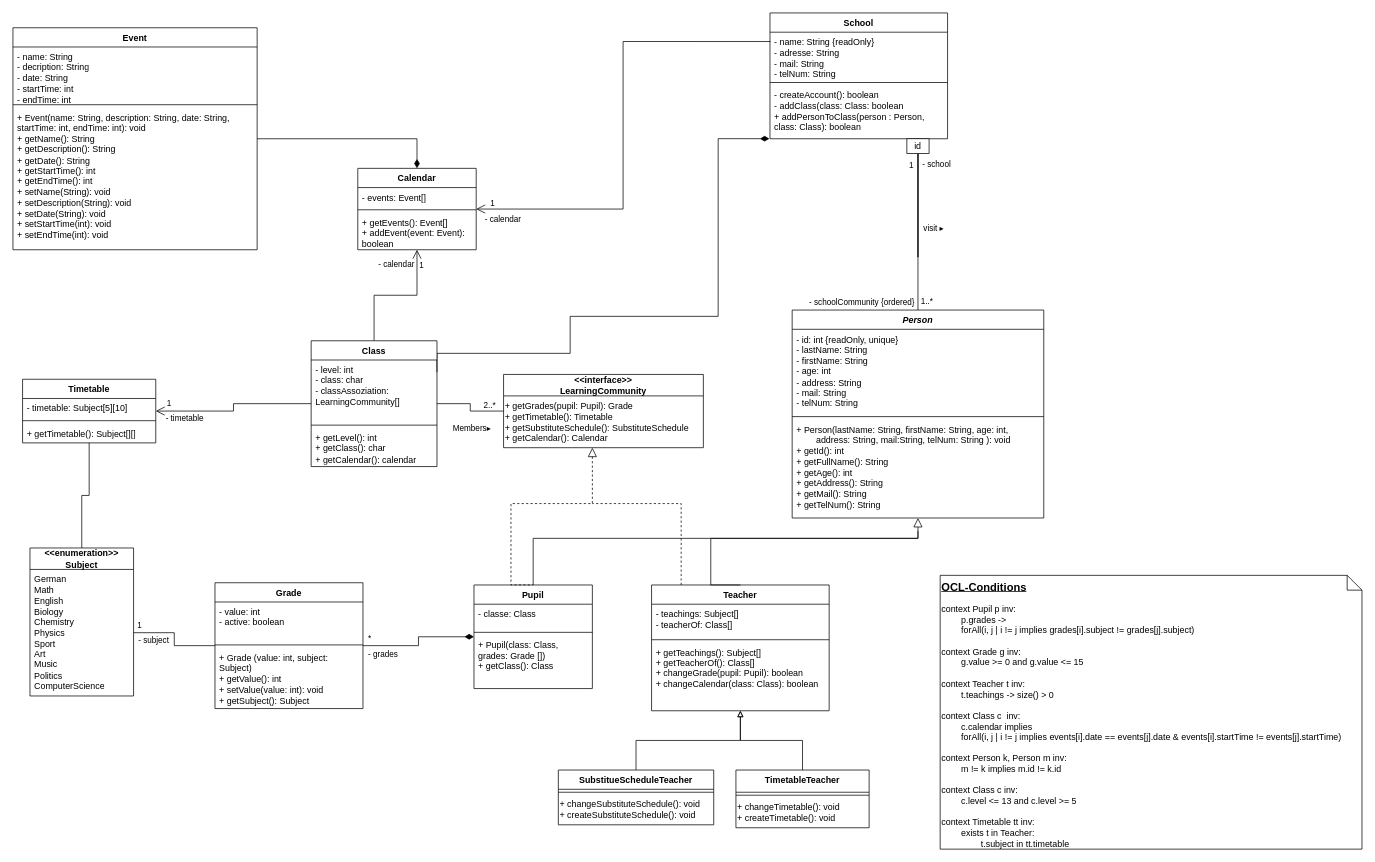
Earlier version of the draw.io diagram ClassDiagram.drawio (TrainFan1804/SchulverwaltungUML). Source tidied: cells renumbered, new cells numbered last; positions are measured from the earlier drawing's top-left corner, leaving out a move shared by most shapes. Both pictures are drawn from the tidied source at 74%, with x=0, y=0 at pixel (13, 13).
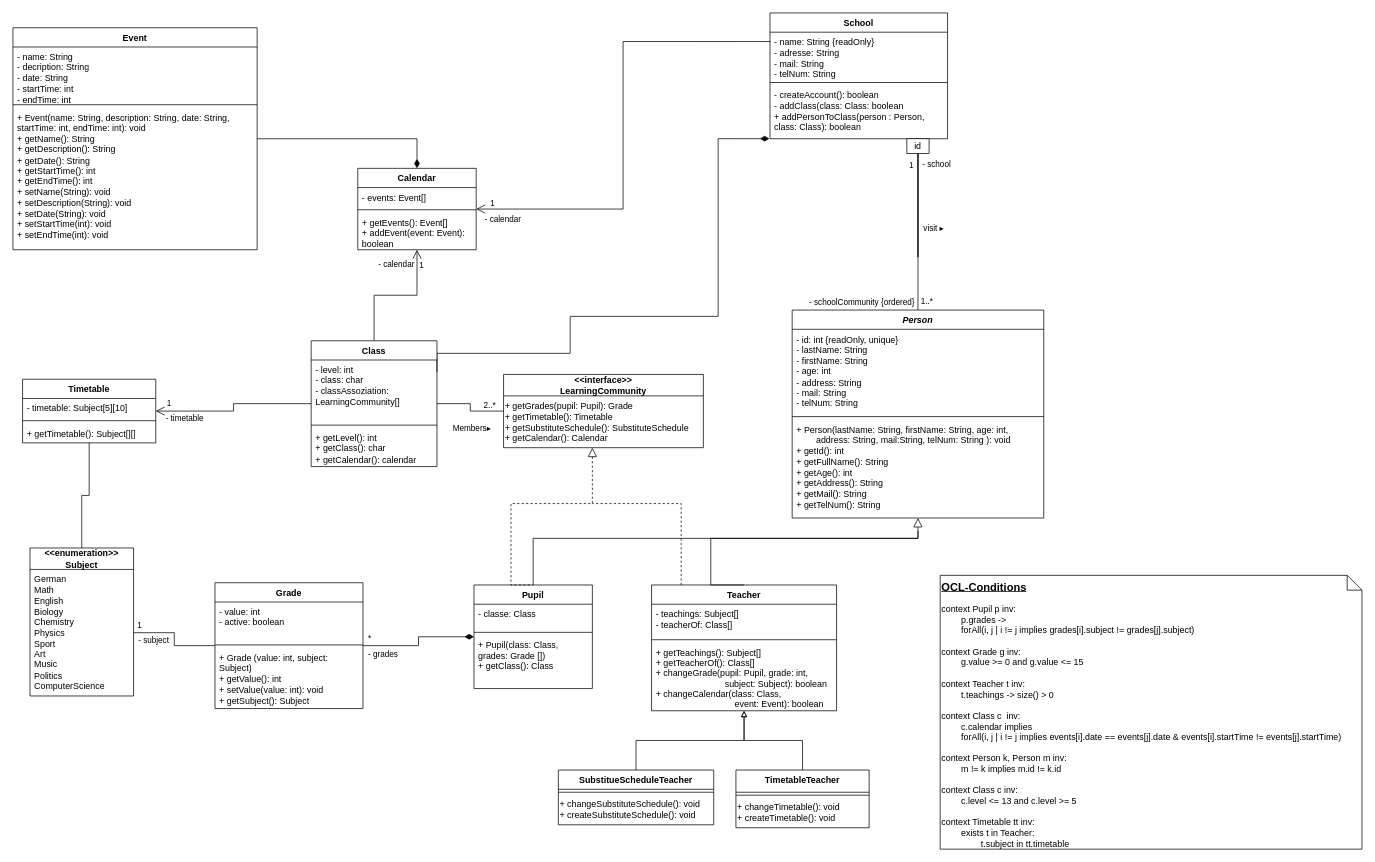
After the change.

What changed in the source:
```diff
@@
     <mxCell id="18" value="Teacher" style="swimlane;fontStyle=1;align=center;verticalAlign=top;horizontal=1;startSize=26;rounded=0;shadow=0;strokeWidth=1;" parent="1" vertex="1">
-      <mxGeometry x="863" y="773" width="240" height="170" as="geometry" />
+      <mxGeometry x="863" y="773" width="250" height="170" as="geometry" />
     </mxCell>
     <mxCell id="19" value="- teachings: Subject[]&#10;- teacherOf: Class[]&#10;" style="text;align=left;verticalAlign=top;spacingLeft=4;spacingRight=4;overflow=hidden;" parent="18" vertex="1">
-      <mxGeometry y="26" width="240" height="44" as="geometry" />
+      <mxGeometry y="26" width="250" height="44" as="geometry" />
     </mxCell>
     <mxCell id="20" style="line;html=1;strokeWidth=1;align=left;verticalAlign=middle;spacingTop=-1;spacingLeft=3;spacingRight=3;labelPosition=right;" parent="18" vertex="1">
-      <mxGeometry y="70" width="240" height="8" as="geometry" />
+      <mxGeometry y="70" width="250" height="8" as="geometry" />
     </mxCell>
-    <mxCell id="21" value="+ getTeachings(): Subject[]&#10;+ getTeacherOf(): Class[]&#10;+ changeGrade(pupil: Pupil): boolean&#10;+ changeCalendar(class: Class): boolean" style="text;align=left;verticalAlign=top;spacingLeft=4;spacingRight=4;overflow=hidden;" parent="18" vertex="1">
-      <mxGeometry y="78" width="240" height="82" as="geometry" />
+    <mxCell id="21" value="+ getTeachings(): Subject[]&#10;+ getTeacherOf(): Class[]&#10;+ changeGrade(pupil: Pupil, grade: int,&#10;                            subject: Subject): boolean&#10;+ changeCalendar(class: Class, &#10;                                event: Event): boolean" style="text;align=left;verticalAlign=top;spacingLeft=4;spacingRight=4;overflow=hidden;" parent="18" vertex="1">
+      <mxGeometry y="78" width="250" height="92" as="geometry" />
     </mxCell>
```
